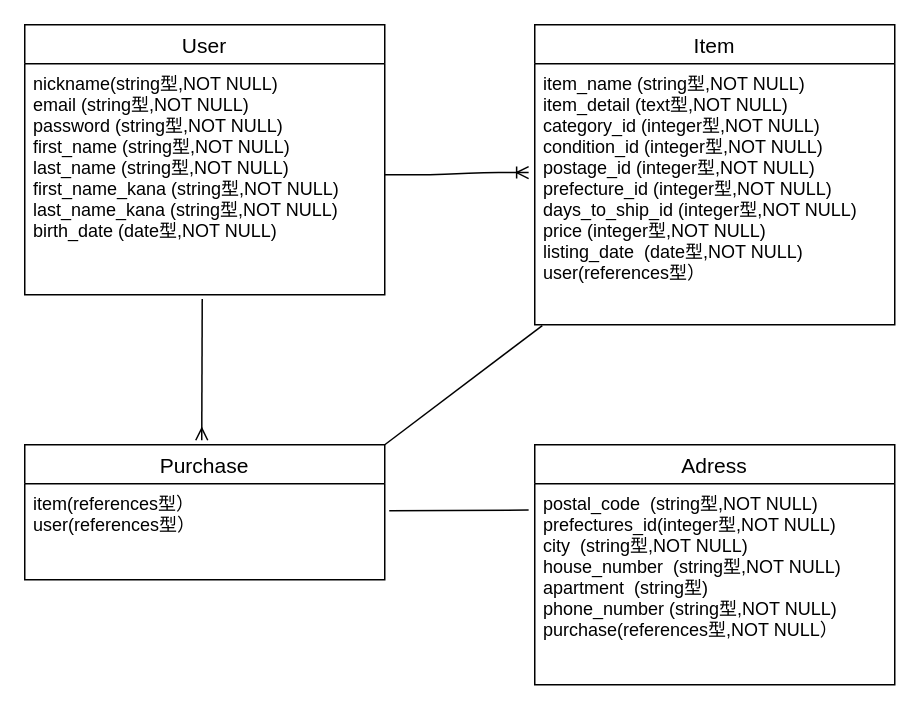
This is ER図.dio from rina0712mmm/furima-31073, a draw.io file, before an edit. Source tidied: cells renumbered, new cells numbered last; positions are measured from the earlier drawing's top-left corner, leaving out a move shared by most shapes. Both pictures are drawn from the tidied source at 150%, with x=0, y=0 at pixel (24, 24).
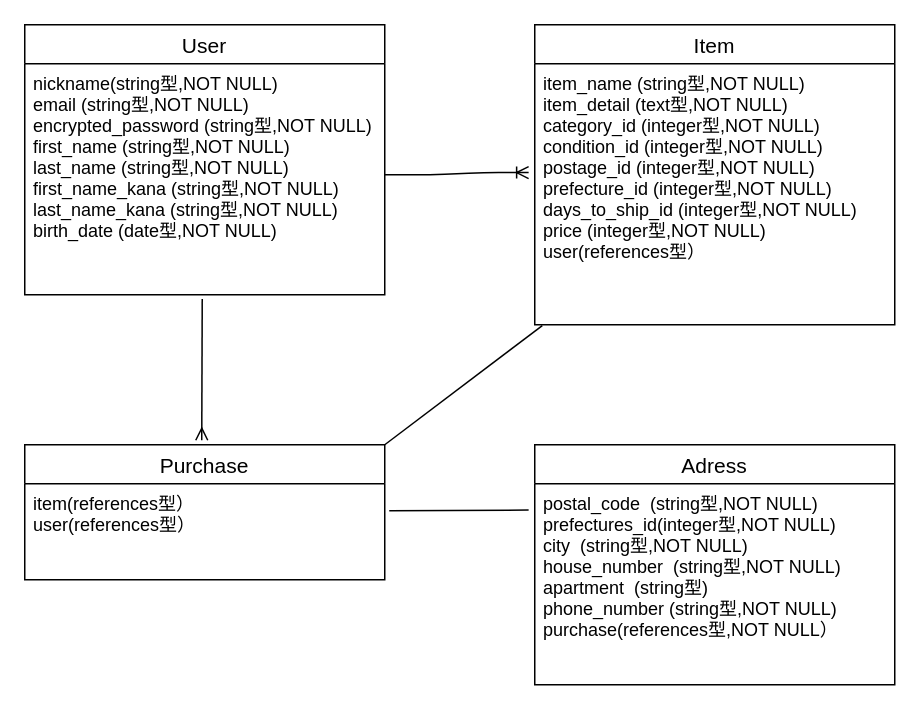
After the change.

Commit message (it also covers changes not shown here):
データベース設計修正4

Change to the diagram source:
```diff
@@
 <mxGraphModel>
   <root>
     <mxCell id="0" />
     <mxCell id="1" parent="0" />
     <mxCell id="2" value="User" style="swimlane;fontStyle=0;horizontal=1;startSize=26;align=center;fontSize=14;" parent="1" vertex="1">
       <mxGeometry width="240" height="180" as="geometry" />
     </mxCell>
-    <mxCell id="3" value="nickname(string型,NOT NULL)&#10;email (string型,NOT NULL)&#10;password (string型,NOT NULL)&#10;first_name (string型,NOT NULL)&#10;last_name (string型,NOT NULL)&#10;first_name_kana (string型,NOT NULL)&#10;last_name_kana (string型,NOT NULL)&#10;birth_date (date型,NOT NULL)&#10;" style="text;strokeColor=none;fillColor=none;spacingLeft=4;spacingRight=4;overflow=hidden;points=[[0,0.5],[1,0.5]];portConstraint=eastwest;fontSize=12;" parent="2" vertex="1">
+    <mxCell id="3" value="nickname(string型,NOT NULL)&#10;email (string型,NOT NULL)&#10;encrypted_password (string型,NOT NULL)&#10;first_name (string型,NOT NULL)&#10;last_name (string型,NOT NULL)&#10;first_name_kana (string型,NOT NULL)&#10;last_name_kana (string型,NOT NULL)&#10;birth_date (date型,NOT NULL)&#10;" style="text;strokeColor=none;fillColor=none;spacingLeft=4;spacingRight=4;overflow=hidden;points=[[0,0.5],[1,0.5]];portConstraint=eastwest;fontSize=12;" parent="2" vertex="1">
       <mxGeometry y="26" width="240" height="154" as="geometry" />
     </mxCell>
     <mxCell id="4" style="edgeStyle=entityRelationEdgeStyle;fontSize=12;html=1;endArrow=ERoneToMany;entryX=-0.017;entryY=0.417;entryDx=0;entryDy=0;entryPerimeter=0;" parent="1" edge="1" target="8">
       <mxGeometry relative="1" as="geometry">
         <mxPoint x="240" y="100" as="sourcePoint" />
       </mxGeometry>
     </mxCell>
     <mxCell id="5" style="endArrow=none;html=1;rounded=0;entryX=-0.017;entryY=0.131;entryDx=0;entryDy=0;entryPerimeter=0;" parent="1" edge="1" target="12">
       <mxGeometry relative="1" as="geometry">
         <mxPoint x="243" y="324" as="sourcePoint" />
       </mxGeometry>
     </mxCell>
     <mxCell id="6" style="endArrow=none;html=1;rounded=0;entryX=0.493;entryY=1.018;entryDx=0;entryDy=0;startArrow=ERmany;startFill=0;entryPerimeter=0;" parent="1" edge="1" target="3">
       <mxGeometry relative="1" as="geometry">
         <mxPoint x="118" y="277" as="sourcePoint" />
       </mxGeometry>
     </mxCell>
     <mxCell id="7" value="Item" style="swimlane;fontStyle=0;horizontal=1;startSize=26;align=center;fontSize=14;" parent="1" vertex="1">
       <mxGeometry x="340" width="240" height="200" as="geometry" />
     </mxCell>
-    <mxCell id="8" value="item_name (string型,NOT NULL)&#10;item_detail (text型,NOT NULL)&#10;category_id (integer型,NOT NULL)&#10;condition_id (integer型,NOT NULL)&#10;postage_id (integer型,NOT NULL)&#10;prefecture_id (integer型,NOT NULL)&#10;days_to_ship_id (integer型,NOT NULL)&#10;price (integer型,NOT NULL)&#10;listing_date  (date型,NOT NULL)&#10;user(references型）&#10;&#10;&#10;" style="text;strokeColor=none;fillColor=none;spacingLeft=4;spacingRight=4;overflow=hidden;points=[[0,0.5],[1,0.5]];portConstraint=eastwest;fontSize=12;" parent="7" vertex="1">
+    <mxCell id="8" value="item_name (string型,NOT NULL)&#10;item_detail (text型,NOT NULL)&#10;category_id (integer型,NOT NULL)&#10;condition_id (integer型,NOT NULL)&#10;postage_id (integer型,NOT NULL)&#10;prefecture_id (integer型,NOT NULL)&#10;days_to_ship_id (integer型,NOT NULL)&#10;price (integer型,NOT NULL)&#10;user(references型）&#10;&#10;&#10;" style="text;strokeColor=none;fillColor=none;spacingLeft=4;spacingRight=4;overflow=hidden;points=[[0,0.5],[1,0.5]];portConstraint=eastwest;fontSize=12;" parent="7" vertex="1">
       <mxGeometry y="26" width="240" height="174" as="geometry" />
     </mxCell>
     <mxCell id="9" value="Purchase" style="swimlane;fontStyle=0;horizontal=1;startSize=26;align=center;fontSize=14;" parent="1" vertex="1">
       <mxGeometry y="280" width="240" height="90" as="geometry" />
     </mxCell>
     <mxCell id="10" value="item(references型）&#10;user(references型）&#10;" style="text;strokeColor=none;fillColor=none;spacingLeft=4;spacingRight=4;overflow=hidden;fontSize=12;" parent="9" vertex="1">
       <mxGeometry y="26" width="240" height="64" as="geometry" />
     </mxCell>
     <mxCell id="11" value="Adress" style="swimlane;fontStyle=0;horizontal=1;startSize=26;align=center;fontSize=14;" parent="1" vertex="1">
       <mxGeometry x="340" y="280" width="240" height="160" as="geometry" />
     </mxCell>
     <mxCell id="12" value="postal_code  (string型,NOT NULL)&#10;prefectures_id(integer型,NOT NULL)&#10;city  (string型,NOT NULL)&#10;house_number  (string型,NOT NULL)&#10;apartment  (string型)&#10;phone_number (string型,NOT NULL)&#10;purchase(references型,NOT NULL）" style="text;strokeColor=none;fillColor=none;spacingLeft=4;spacingRight=4;overflow=hidden;points=[[0,0.5],[1,0.5]];portConstraint=eastwest;fontSize=12;" parent="11" vertex="1">
       <mxGeometry y="26" width="240" height="134" as="geometry" />
     </mxCell>
     <mxCell id="13" style="endArrow=none;html=1;rounded=0;entryX=0.021;entryY=1.003;entryDx=0;entryDy=0;entryPerimeter=0;exitX=1;exitY=0;exitDx=0;exitDy=0;" parent="1" edge="1" source="9" target="8">
       <mxGeometry relative="1" as="geometry" />
     </mxCell>
   </root>
 </mxGraphModel>
```
